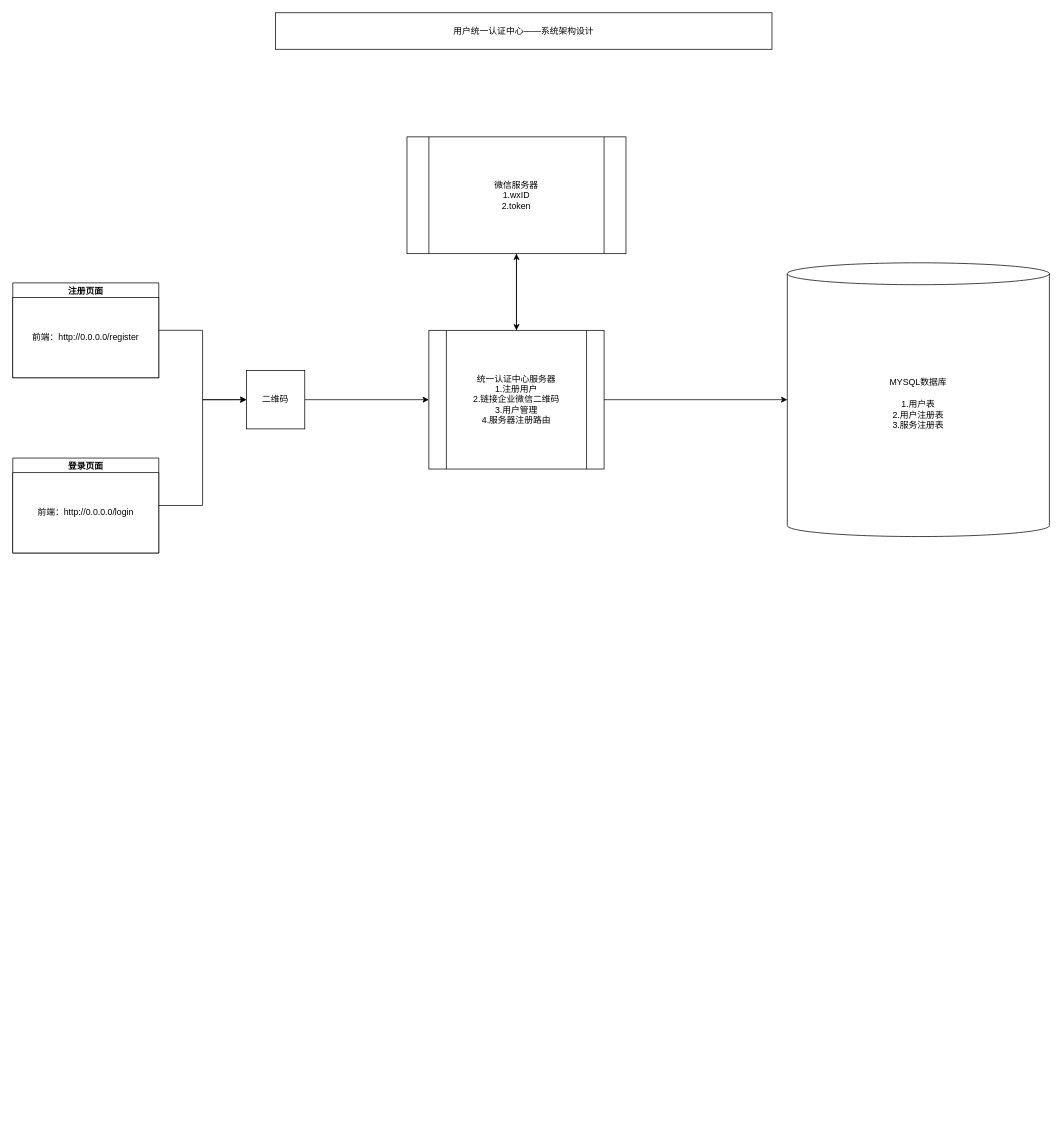
This is 统一认证中心.drawio from jensen1404ai-bit/Draw.io, a draw.io file, before an edit. Source tidied: cells renumbered, new cells numbered last; positions are measured from the earlier drawing's top-left corner, leaving out a move shared by most shapes. Both pictures are drawn from the tidied source at 73%, with x=0, y=0 at pixel (12, 12).
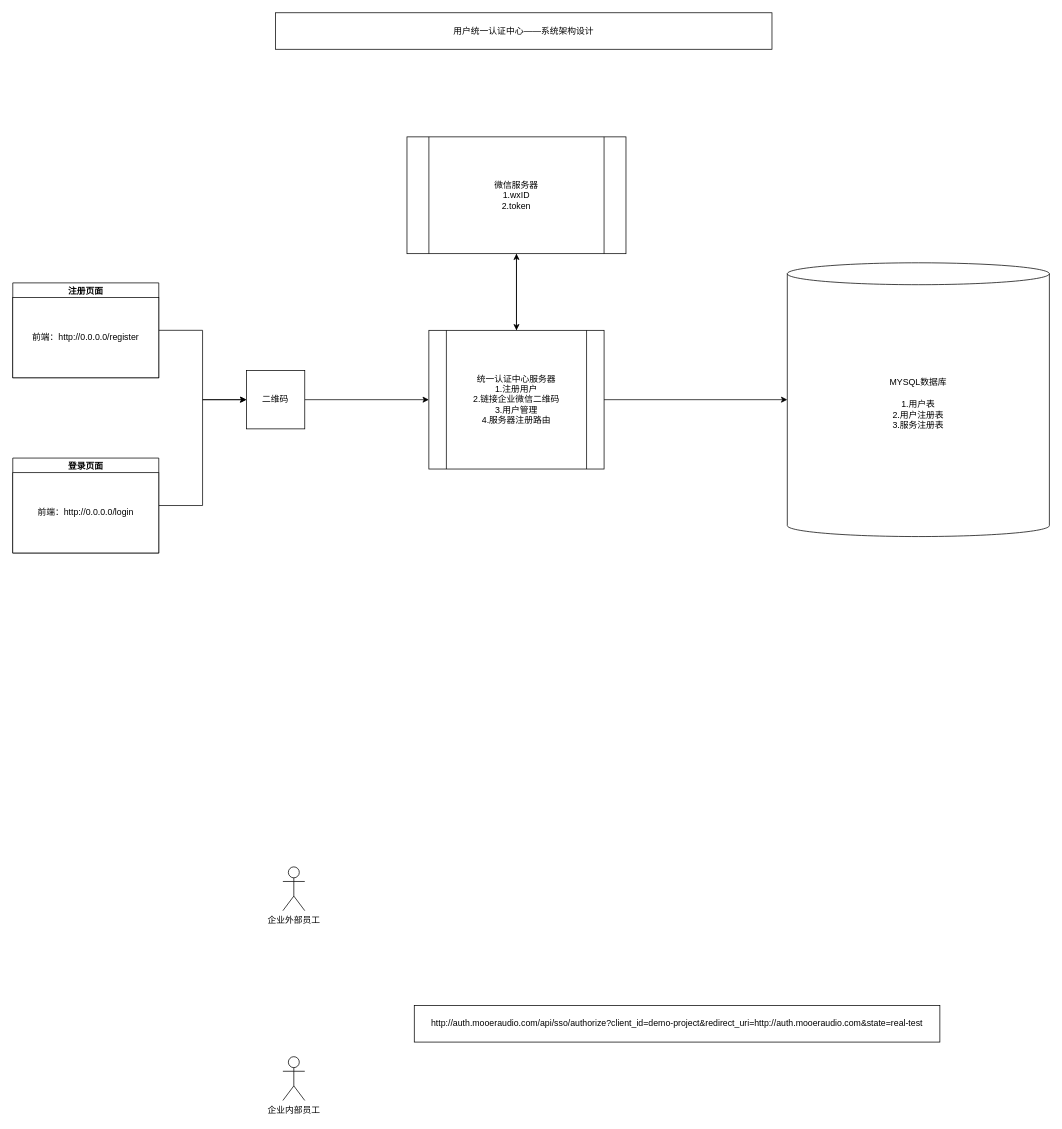
The same diagram, later.

Commit message:
更新统一认证中心.drawio

What changed in the source:
```diff
@@
 <mxGraphModel>
   <root>
     <mxCell id="0" />
     <mxCell id="1" parent="0" />
     <mxCell id="2" style="edgeStyle=orthogonalEdgeStyle;rounded=0;jettySize=auto;html=1;exitX=1;exitY=0.5;exitDx=0;exitDy=0;entryX=0;entryY=0.5;entryDx=0;entryDy=0;" parent="1" edge="1" source="3" target="13">
       <mxGeometry relative="1" as="geometry" />
     </mxCell>
     <mxCell id="3" value="注册页面" style="swimlane;whiteSpace=wrap;html=1;" parent="1" vertex="1">
       <mxGeometry y="370" width="200" height="130" as="geometry" />
     </mxCell>
     <mxCell id="4" value="前端：http://0.0.0.0/register" style="whiteSpace=wrap;html=1;" parent="3" vertex="1">
       <mxGeometry y="20" width="200" height="110" as="geometry" />
     </mxCell>
     <mxCell id="5" style="edgeStyle=orthogonalEdgeStyle;rounded=0;jettySize=auto;html=1;exitX=1;exitY=0.5;exitDx=0;exitDy=0;entryX=0;entryY=0.5;entryDx=0;entryDy=0;" parent="1" edge="1" source="6" target="13">
       <mxGeometry relative="1" as="geometry" />
     </mxCell>
     <mxCell id="6" value="登录页面" style="swimlane;whiteSpace=wrap;html=1;" parent="1" vertex="1">
       <mxGeometry y="610" width="200" height="130" as="geometry" />
     </mxCell>
     <mxCell id="7" value="前端：http://0.0.0.0/login" style="whiteSpace=wrap;html=1;" parent="6" vertex="1">
       <mxGeometry y="20" width="200" height="110" as="geometry" />
     </mxCell>
     <mxCell id="8" style="edgeStyle=orthogonalEdgeStyle;rounded=0;jettySize=auto;html=1;exitX=0.5;exitY=0;exitDx=0;exitDy=0;entryX=0.5;entryY=1;entryDx=0;entryDy=0;" parent="1" edge="1" source="9" target="11">
       <mxGeometry relative="1" as="geometry" />
     </mxCell>
     <mxCell id="9" value="统一认证中心服务器&lt;br&gt;1.注册用户&lt;br&gt;2.链接企业微信二维码&lt;br&gt;3.用户管理&lt;br&gt;4.服务器注册路由" style="shape=process;whiteSpace=wrap;html=1;backgroundOutline=1;" parent="1" vertex="1">
       <mxGeometry x="570" y="435" width="240" height="190" as="geometry" />
     </mxCell>
     <mxCell id="10" style="edgeStyle=orthogonalEdgeStyle;rounded=0;jettySize=auto;html=1;exitX=0.5;exitY=1;exitDx=0;exitDy=0;entryX=0.5;entryY=0;entryDx=0;entryDy=0;" parent="1" edge="1" source="11" target="9">
       <mxGeometry relative="1" as="geometry" />
     </mxCell>
     <mxCell id="11" value="微信服务器&lt;br&gt;1.wxID&lt;br&gt;2.token" style="shape=process;whiteSpace=wrap;html=1;backgroundOutline=1;" parent="1" vertex="1">
       <mxGeometry x="540" y="170" width="300" height="160" as="geometry" />
     </mxCell>
     <mxCell id="12" style="edgeStyle=orthogonalEdgeStyle;rounded=0;jettySize=auto;html=1;exitX=1;exitY=0.5;exitDx=0;exitDy=0;entryX=0;entryY=0.5;entryDx=0;entryDy=0;" parent="1" edge="1" source="13" target="9">
       <mxGeometry relative="1" as="geometry" />
     </mxCell>
     <mxCell id="13" value="二维码" style="whiteSpace=wrap;html=1;" parent="1" vertex="1">
       <mxGeometry x="320" y="490" width="80" height="80" as="geometry" />
     </mxCell>
     <mxCell id="14" value="MYSQL数据库&lt;div&gt;&lt;br&gt;1.用户表&lt;br&gt;2.用户注册表&lt;br&gt;3.服务注册表&lt;br&gt;&lt;br&gt;&lt;/div&gt;" style="shape=cylinder3;whiteSpace=wrap;html=1;boundedLbl=1;backgroundOutline=1;size=15;" parent="1" vertex="1">
       <mxGeometry x="1061" y="342.5" width="359" height="375" as="geometry" />
     </mxCell>
     <mxCell id="15" style="edgeStyle=orthogonalEdgeStyle;rounded=0;jettySize=auto;html=1;exitX=1;exitY=0.5;exitDx=0;exitDy=0;entryX=0;entryY=0.5;entryDx=0;entryDy=0;entryPerimeter=0;" parent="1" edge="1" source="9" target="14">
       <mxGeometry relative="1" as="geometry" />
     </mxCell>
     <mxCell id="16" value="用户统一认证中心——系统架构设计" style="rounded=0;whiteSpace=wrap;html=1;" parent="1" vertex="1">
       <mxGeometry x="360" width="680" height="50" as="geometry" />
     </mxCell>
+    <mxCell id="17" value="企业内部员工" style="shape=umlActor;verticalLabelPosition=bottom;verticalAlign=top;html=1;" parent="1" vertex="1">
+      <mxGeometry x="370" y="1430" width="30" height="60" as="geometry" />
+    </mxCell>
+    <mxCell id="18" value="企业外部员工" style="shape=umlActor;verticalLabelPosition=bottom;verticalAlign=top;html=1;" parent="1" vertex="1">
+      <mxGeometry x="370" y="1170" width="30" height="60" as="geometry" />
+    </mxCell>
+    <mxCell id="19" value="http://auth.mooeraudio.com/api/sso/authorize?client_id=demo-project&amp;amp;redirect_uri=http://auth.mooeraudio.com&amp;amp;state=real-test" style="rounded=0;whiteSpace=wrap;html=1;" parent="1" vertex="1">
+      <mxGeometry x="550" y="1360" width="720" height="50" as="geometry" />
+    </mxCell>
   </root>
 </mxGraphModel>
```
